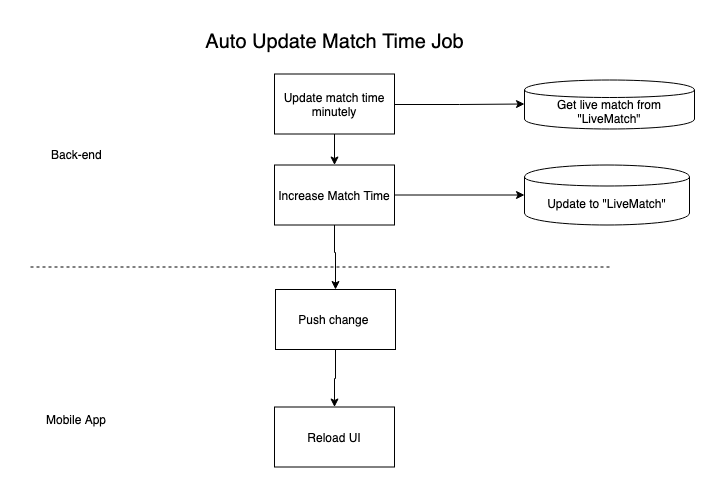
Above: docs/_static/autoupdatematchtime.png in score247/mobile-app (draw.io), before the change. Source tidied: cells renumbered, new cells last; positions are measured from the earlier drawing's top-left corner, leaving out a move shared by most shapes.
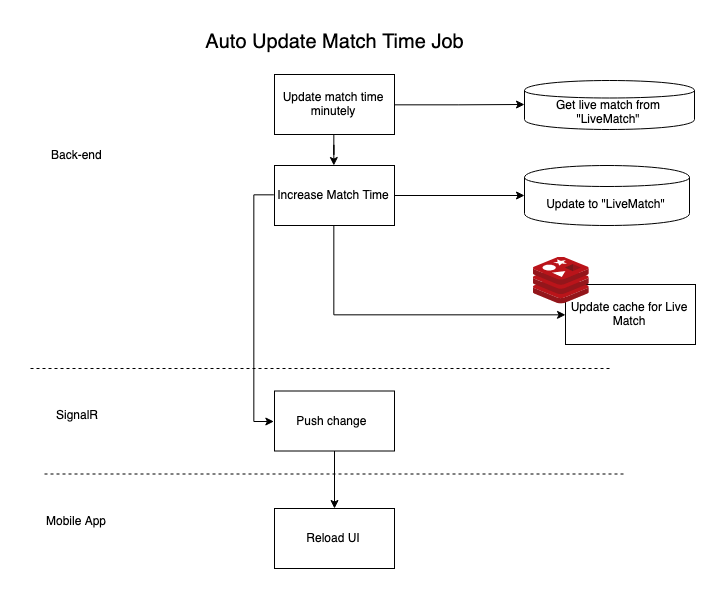
After the change.

What changed in the source:
```diff
@@ -2,57 +2,73 @@
   <root>
     <mxCell id="0" />
     <mxCell id="1" parent="0" />
-    <mxCell id="2" style="edgeStyle=orthogonalEdgeStyle;rounded=0;jettySize=auto;html=1;" parent="1" edge="1" target="9">
+    <mxCell id="2" style="edgeStyle=orthogonalEdgeStyle;rounded=0;jettySize=auto;html=1;exitX=1;exitY=0.5;exitDx=0;exitDy=0;" parent="1" edge="1" source="4">
       <mxGeometry relative="1" as="geometry">
-        <mxPoint x="304" y="183.5" as="sourcePoint" />
+        <mxPoint x="1734" y="-517" as="targetPoint" />
       </mxGeometry>
     </mxCell>
-    <mxCell id="3" style="edgeStyle=orthogonalEdgeStyle;rounded=0;jettySize=auto;html=1;exitX=1;exitY=0.5;exitDx=0;exitDy=0;" parent="1" edge="1" source="5">
-      <mxGeometry relative="1" as="geometry">
-        <mxPoint x="494" y="72.5" as="targetPoint" />
-      </mxGeometry>
+    <mxCell id="3" style="edgeStyle=orthogonalEdgeStyle;rounded=0;jettySize=auto;html=1;" parent="1" edge="1" source="4" target="8">
+      <mxGeometry relative="1" as="geometry" />
     </mxCell>
-    <mxCell id="4" style="edgeStyle=orthogonalEdgeStyle;rounded=0;jettySize=auto;html=1;" parent="1" edge="1" source="5" target="7">
-      <mxGeometry relative="1" as="geometry" />
+    <mxCell id="4" value="Update match time minutely&lt;br&gt;" style="rounded=0;whiteSpace=wrap;html=1;" parent="1" vertex="1">
+      <mxGeometry x="1484" y="-547" width="120" height="60" as="geometry" />
     </mxCell>
-    <mxCell id="5" value="Update match time minutely&lt;br&gt;" style="rounded=0;whiteSpace=wrap;html=1;" parent="1" vertex="1">
-      <mxGeometry x="244" y="42.5" width="120" height="60" as="geometry" />
+    <mxCell id="5" style="edgeStyle=orthogonalEdgeStyle;rounded=0;jettySize=auto;html=1;fontSize=20;" parent="1" edge="1" source="8" target="16">
+      <mxGeometry relative="1" as="geometry" />
     </mxCell>
-    <mxCell id="6" style="edgeStyle=orthogonalEdgeStyle;rounded=0;jettySize=auto;html=1;fontSize=20;" parent="1" edge="1" source="7" target="15">
+    <mxCell id="6" style="edgeStyle=orthogonalEdgeStyle;rounded=0;jettySize=auto;html=1;exitX=0;exitY=0.5;exitDx=0;exitDy=0;entryX=0;entryY=0.5;entryDx=0;entryDy=0;" parent="1" edge="1" source="8" target="10">
       <mxGeometry relative="1" as="geometry" />
     </mxCell>
-    <mxCell id="7" value="Increase Match Time" style="rounded=0;whiteSpace=wrap;html=1;" parent="1" vertex="1">
-      <mxGeometry x="244" y="133.5" width="120" height="60" as="geometry" />
+    <mxCell id="7" style="edgeStyle=orthogonalEdgeStyle;rounded=0;jettySize=auto;html=1;exitX=0.5;exitY=1;exitDx=0;exitDy=0;entryX=0;entryY=0.5;entryDx=0;entryDy=0;" parent="1" edge="1" source="8" target="20">
+      <mxGeometry relative="1" as="geometry" />
     </mxCell>
-    <mxCell id="8" style="edgeStyle=orthogonalEdgeStyle;rounded=0;jettySize=auto;html=1;fontSize=20;" parent="1" edge="1" source="9" target="10">
-      <mxGeometry relative="1" as="geometry" />
+    <mxCell id="8" value="Increase Match Time" style="rounded=0;whiteSpace=wrap;html=1;" parent="1" vertex="1">
+      <mxGeometry x="1484" y="-456" width="120" height="60" as="geometry" />
     </mxCell>
-    <mxCell id="9" value="Push change&amp;nbsp;" style="rounded=0;whiteSpace=wrap;html=1;" parent="1" vertex="1">
-      <mxGeometry x="245" y="258" width="120" height="60" as="geometry" />
+    <mxCell id="9" style="edgeStyle=orthogonalEdgeStyle;rounded=0;jettySize=auto;html=1;fontSize=20;" parent="1" edge="1" source="10" target="11">
+      <mxGeometry relative="1" as="geometry" />
     </mxCell>
-    <mxCell id="10" value="Reload UI" style="rounded=0;whiteSpace=wrap;html=1;" parent="1" vertex="1">
-      <mxGeometry x="244" y="375.5" width="120" height="60" as="geometry" />
+    <mxCell id="10" value="Push change&amp;nbsp;" style="rounded=0;whiteSpace=wrap;html=1;" parent="1" vertex="1">
+      <mxGeometry x="1484" y="-230.5" width="120" height="60" as="geometry" />
     </mxCell>
-    <mxCell id="11" style="endArrow=none;dashed=1;html=1;" parent="1" edge="1">
-      <mxGeometry relative="1" as="geometry">
-        <mxPoint y="235.5" as="sourcePoint" />
-        <mxPoint x="580" y="235.5" as="targetPoint" />
-      </mxGeometry>
+    <mxCell id="11" value="Reload UI" style="rounded=0;whiteSpace=wrap;html=1;" parent="1" vertex="1">
+      <mxGeometry x="1484" y="-113" width="120" height="60" as="geometry" />
     </mxCell>
-    <mxCell id="12" value="Back-end" style="text;html=1;align=left;verticalAlign=top;spacingTop=-4;" parent="1" vertex="1">
-      <mxGeometry x="19" y="113.5" width="70" height="20" as="geometry" />
+    <mxCell id="12" style="endArrow=none;dashed=1;html=1;" parent="1" edge="1">
+      <mxGeometry relative="1" as="geometry">
+        <mxPoint x="1240" y="-253" as="sourcePoint" />
+        <mxPoint x="1820" y="-253" as="targetPoint" />
+      </mxGeometry>
     </mxCell>
-    <mxCell id="13" value="Mobile App" style="text;html=1;align=left;verticalAlign=top;spacingTop=-4;" parent="1" vertex="1">
-      <mxGeometry x="14" y="378.5" width="80" height="20" as="geometry" />
+    <mxCell id="13" value="Back-end" style="text;html=1;align=left;verticalAlign=top;spacingTop=-4;" parent="1" vertex="1">
+      <mxGeometry x="1259" y="-476" width="70" height="20" as="geometry" />
     </mxCell>
-    <mxCell id="14" value="Get live match from &quot;LiveMatch&quot;&lt;br&gt;" style="shape=cylinder;whiteSpace=wrap;html=1;boundedLbl=1;backgroundOutline=1;align=center;" parent="1" vertex="1">
-      <mxGeometry x="494" y="48.5" width="170" height="49" as="geometry" />
+    <mxCell id="14" value="Mobile App" style="text;html=1;align=left;verticalAlign=top;spacingTop=-4;" parent="1" vertex="1">
+      <mxGeometry x="1254" y="-110" width="80" height="20" as="geometry" />
     </mxCell>
-    <mxCell id="15" value="Update to &quot;LiveMatch&quot;&lt;br&gt;" style="shape=cylinder;whiteSpace=wrap;html=1;boundedLbl=1;backgroundOutline=1;align=center;" parent="1" vertex="1">
-      <mxGeometry x="494" y="133.5" width="165" height="60" as="geometry" />
+    <mxCell id="15" value="Get live match from &quot;LiveMatch&quot;&lt;br&gt;" style="shape=cylinder;whiteSpace=wrap;html=1;boundedLbl=1;backgroundOutline=1;align=center;" parent="1" vertex="1">
+      <mxGeometry x="1734" y="-541" width="170" height="49" as="geometry" />
     </mxCell>
-    <mxCell id="16" value="Auto Update Match Time Job" style="text;html=1;strokeColor=none;fillColor=none;align=center;verticalAlign=middle;whiteSpace=wrap;rounded=0;fontSize=20;" parent="1" vertex="1">
-      <mxGeometry x="161.5" y="-0.5" width="285" height="20" as="geometry" />
+    <mxCell id="16" value="Update to &quot;LiveMatch&quot;&lt;br&gt;" style="shape=cylinder;whiteSpace=wrap;html=1;boundedLbl=1;backgroundOutline=1;align=center;" parent="1" vertex="1">
+      <mxGeometry x="1734" y="-456" width="165" height="60" as="geometry" />
     </mxCell>
+    <mxCell id="17" value="Auto Update Match Time Job" style="text;html=1;strokeColor=none;fillColor=none;align=center;verticalAlign=middle;whiteSpace=wrap;rounded=0;fontSize=20;" parent="1" vertex="1">
+      <mxGeometry x="1401.5" y="-590" width="285" height="20" as="geometry" />
+    </mxCell>
+    <mxCell id="18" value="SignalR" style="text;html=1;align=left;verticalAlign=top;spacingTop=-4;" parent="1" vertex="1">
+      <mxGeometry x="1264" y="-216" width="60" height="20" as="geometry" />
+    </mxCell>
+    <mxCell id="19" style="endArrow=none;dashed=1;html=1;" parent="1" edge="1">
+      <mxGeometry relative="1" as="geometry">
+        <mxPoint x="1254" y="-147.5" as="sourcePoint" />
+        <mxPoint x="1834" y="-147.5" as="targetPoint" />
+      </mxGeometry>
+    </mxCell>
+    <mxCell id="20" value="Update cache for Live Match" style="rounded=0;whiteSpace=wrap;html=1;" parent="1" vertex="1">
+      <mxGeometry x="1775" y="-337" width="130" height="60" as="geometry" />
+    </mxCell>
+    <mxCell id="21" style="html=1;perimeter=none;align=center;shadow=0;dashed=0;image;fontSize=12;image=img/lib/mscae/Cache_Redis_Product.svg;" parent="1" vertex="1">
+      <mxGeometry x="1742.8" y="-364.5" width="56" height="47" as="geometry" />
+    </mxCell>
   </root>
 </mxGraphModel>
```
